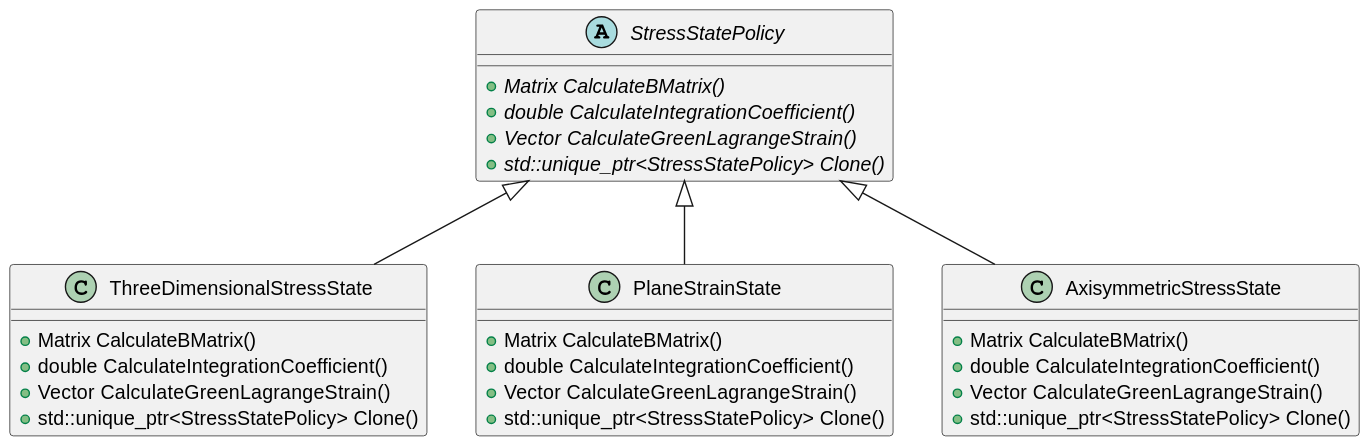
Above: applications/GeoMechanicsApplication/custom_elements/stress_state_policies.svg in KratosMultiphysics/Kratos (PlantUML), before the change.
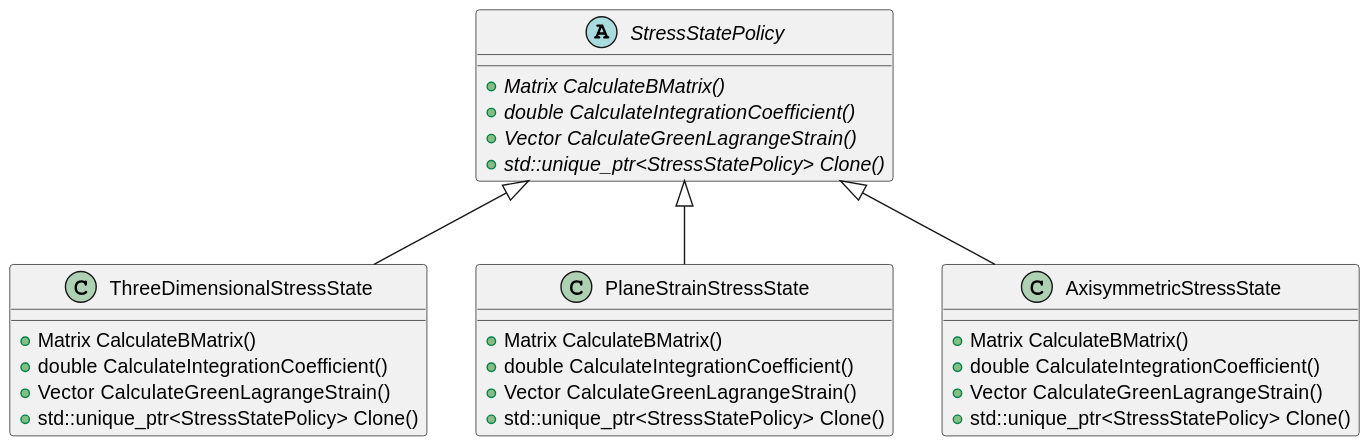
The same diagram one commit later.

Diff of the diagram source:
```diff
@@ -14,7 +14,7 @@
   +std::unique_ptr<StressStatePolicy> Clone()
 }
 
-class PlaneStrainState {
+class PlaneStrainStressState {
   +Matrix CalculateBMatrix()
   +double CalculateIntegrationCoefficient()
   +Vector CalculateGreenLagrangeStrain()
@@ -29,6 +29,6 @@
 }
 
 StressStatePolicy <|-- ThreeDimensionalStressState
-StressStatePolicy <|-- PlaneStrainState
+StressStatePolicy <|-- PlaneStrainStressState
 StressStatePolicy <|-- AxisymmetricStressState
 @enduml
```
